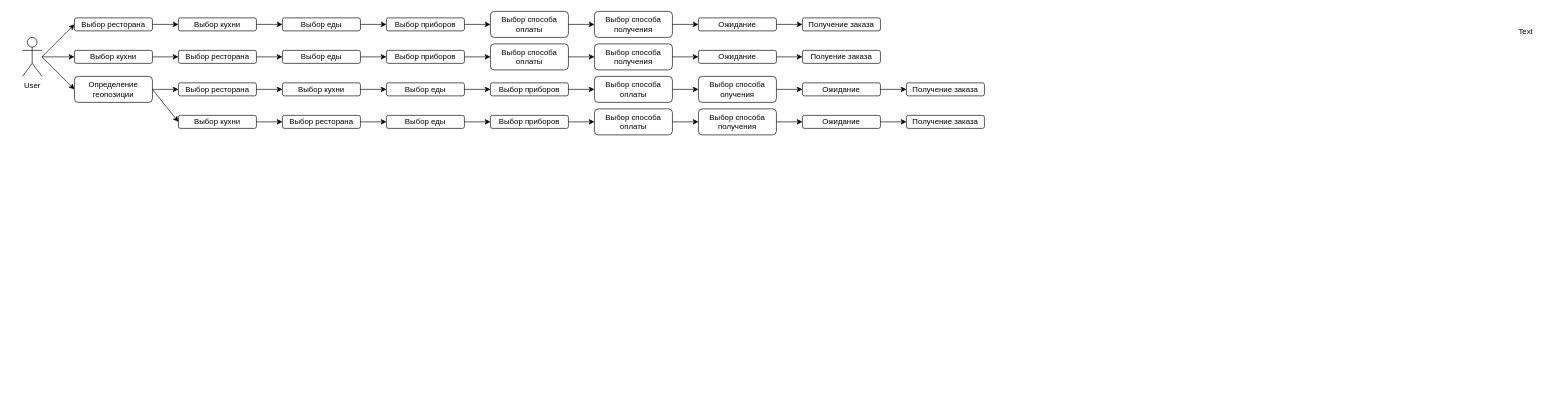
Before: use_case.drawio in randomunrandom/PI, a draw.io diagram. Source tidied: cells renumbered, new cells numbered last; positions are measured from the earlier drawing's top-left corner, leaving out a move shared by most shapes. Both pictures are drawn from the tidied source at 65%, with x=0, y=0 at pixel (22, 11).
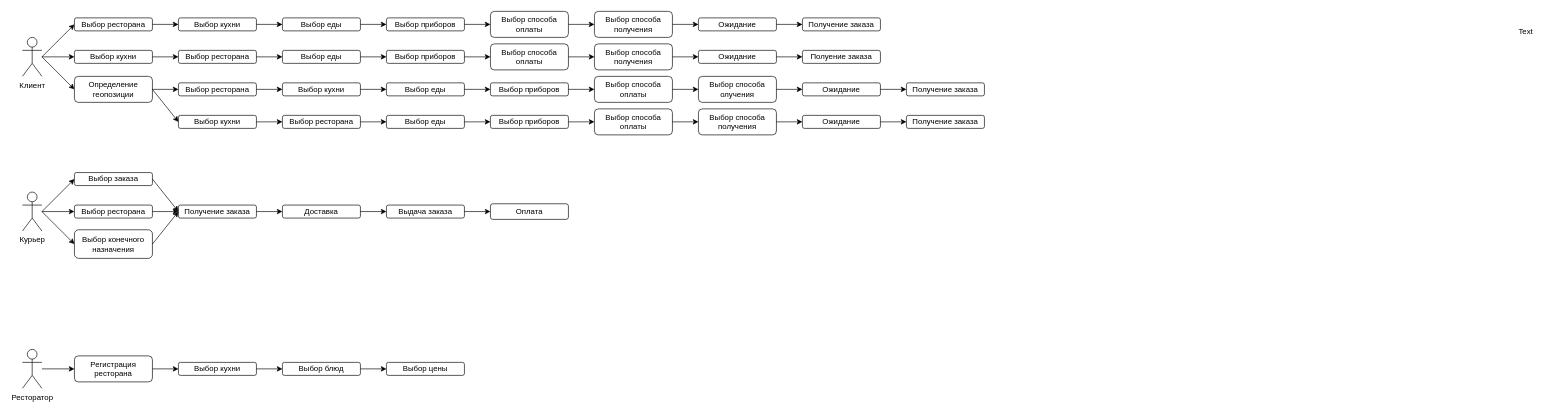
After the change.

The edit, as a diff of the source:
```diff
@@
-    <mxCell id="3" value="&lt;div&gt;User&lt;/div&gt;" style="shape=umlActor;verticalLabelPosition=bottom;labelBackgroundColor=#ffffff;verticalAlign=top;html=1;" parent="1" vertex="1">
+    <mxCell id="3" value="&lt;div&gt;Клиент&lt;/div&gt;" style="shape=umlActor;verticalLabelPosition=bottom;labelBackgroundColor=#ffffff;verticalAlign=top;html=1;" parent="1" vertex="1">
       <mxGeometry y="40" width="30" height="60" as="geometry" />
     </mxCell>
@@
+    <mxCell id="70" style="rounded=0;jettySize=auto;html=1;entryX=0;entryY=0.5;entryDx=0;entryDy=0;" parent="1" edge="1" target="72">
+      <mxGeometry relative="1" as="geometry">
+        <mxPoint x="30" y="308" as="sourcePoint" />
+      </mxGeometry>
+    </mxCell>
+    <mxCell id="71" value="Курьер" style="shape=umlActor;verticalLabelPosition=bottom;labelBackgroundColor=#ffffff;verticalAlign=top;html=1;" parent="1" vertex="1">
+      <mxGeometry y="278" width="30" height="60" as="geometry" />
+    </mxCell>
+    <mxCell id="72" value="Выбор заказа" style="rounded=1;whiteSpace=wrap;html=1;" parent="1" vertex="1">
+      <mxGeometry x="80" y="248" width="120" height="20" as="geometry" />
+    </mxCell>
+    <mxCell id="73" style="rounded=0;jettySize=auto;html=1;entryX=0;entryY=0.5;entryDx=0;entryDy=0;" parent="1" edge="1" target="74">
+      <mxGeometry relative="1" as="geometry">
+        <mxPoint x="30" y="308" as="sourcePoint" />
+      </mxGeometry>
+    </mxCell>
+    <mxCell id="74" value="Выбор ресторана" style="rounded=1;whiteSpace=wrap;html=1;" parent="1" vertex="1">
+      <mxGeometry x="80" y="298" width="120" height="20" as="geometry" />
+    </mxCell>
+    <mxCell id="75" style="rounded=0;jettySize=auto;html=1;exitX=1;exitY=0.5;exitDx=0;exitDy=0;entryX=0;entryY=0.5;entryDx=0;entryDy=0;" parent="1" edge="1" source="74" target="76">
+      <mxGeometry relative="1" as="geometry" />
+    </mxCell>
+    <mxCell id="76" value="Получение заказа" style="rounded=1;whiteSpace=wrap;html=1;" parent="1" vertex="1">
+      <mxGeometry x="240" y="298" width="120" height="20" as="geometry" />
+    </mxCell>
+    <mxCell id="77" style="rounded=0;jettySize=auto;html=1;exitX=1;exitY=0.5;exitDx=0;exitDy=0;entryX=0;entryY=0.5;entryDx=0;entryDy=0;" parent="1" edge="1" source="72" target="76">
+      <mxGeometry relative="1" as="geometry" />
+    </mxCell>
+    <mxCell id="78" style="rounded=0;orthogonalLoop=1;jettySize=auto;html=1;entryX=0;entryY=0.5;entryDx=0;entryDy=0;" parent="1" edge="1">
+      <mxGeometry relative="1" as="geometry">
+        <mxPoint x="30" y="308" as="sourcePoint" />
+        <mxPoint x="80" y="358" as="targetPoint" />
+      </mxGeometry>
+    </mxCell>
+    <mxCell id="79" value="Выбор конечного назначения" style="rounded=1;whiteSpace=wrap;html=1;" parent="1" vertex="1">
+      <mxGeometry x="80" y="336" width="120" height="44" as="geometry" />
+    </mxCell>
+    <mxCell id="80" style="rounded=0;jettySize=auto;html=1;entryX=0;entryY=0.5;entryDx=0;entryDy=0;" parent="1" edge="1" target="76">
+      <mxGeometry relative="1" as="geometry">
+        <mxPoint x="200" y="358" as="sourcePoint" />
+      </mxGeometry>
+    </mxCell>
+    <mxCell id="81" style="rounded=0;orthogonalLoop=1;jettySize=auto;html=1;" parent="1" edge="1">
+      <mxGeometry relative="1" as="geometry">
+        <mxPoint x="360" y="308" as="sourcePoint" />
+        <mxPoint x="400" y="308" as="targetPoint" />
+      </mxGeometry>
+    </mxCell>
+    <mxCell id="82" value="&lt;div&gt;Доставка&lt;/div&gt;" style="rounded=1;whiteSpace=wrap;html=1;" parent="1" vertex="1">
+      <mxGeometry x="400" y="298" width="120" height="20" as="geometry" />
+    </mxCell>
+    <mxCell id="83" style="rounded=0;orthogonalLoop=1;jettySize=auto;html=1;" parent="1" edge="1">
+      <mxGeometry relative="1" as="geometry">
+        <mxPoint x="520" y="308" as="sourcePoint" />
+        <mxPoint x="560" y="308" as="targetPoint" />
+      </mxGeometry>
+    </mxCell>
+    <mxCell id="84" value="&lt;div&gt;Выдача заказа&lt;/div&gt;" style="rounded=1;whiteSpace=wrap;html=1;" parent="1" vertex="1">
+      <mxGeometry x="560" y="298" width="120" height="20" as="geometry" />
+    </mxCell>
+    <mxCell id="85" style="rounded=0;jettySize=auto;html=1;exitX=1;exitY=0.5;exitDx=0;exitDy=0;entryX=0;entryY=0.5;entryDx=0;entryDy=0;" parent="1" edge="1" source="84" target="86">
+      <mxGeometry relative="1" as="geometry" />
+    </mxCell>
+    <mxCell id="86" value="Оплата" style="rounded=1;whiteSpace=wrap;html=1;" parent="1" vertex="1">
+      <mxGeometry x="720" y="296" width="120" height="24" as="geometry" />
+    </mxCell>
+    <mxCell id="87" value="Ресторатор" style="shape=umlActor;verticalLabelPosition=bottom;labelBackgroundColor=#ffffff;verticalAlign=top;html=1;" parent="1" vertex="1">
+      <mxGeometry y="520" width="30" height="60" as="geometry" />
+    </mxCell>
+    <mxCell id="88" style="rounded=0;jettySize=auto;html=1;entryX=0;entryY=0.5;entryDx=0;entryDy=0;" parent="1" edge="1" target="89">
+      <mxGeometry relative="1" as="geometry">
+        <mxPoint x="30" y="550" as="sourcePoint" />
+      </mxGeometry>
+    </mxCell>
+    <mxCell id="89" value="Регистрация ресторана" style="rounded=1;whiteSpace=wrap;html=1;" parent="1" vertex="1">
+      <mxGeometry x="80" y="530" width="120" height="40" as="geometry" />
+    </mxCell>
+    <mxCell id="90" style="rounded=0;jettySize=auto;html=1;exitX=1;exitY=0.5;exitDx=0;exitDy=0;entryX=0;entryY=0.5;entryDx=0;entryDy=0;" parent="1" edge="1" source="89" target="91">
+      <mxGeometry relative="1" as="geometry" />
+    </mxCell>
+    <mxCell id="91" value="Выбор кухни" style="rounded=1;whiteSpace=wrap;html=1;" parent="1" vertex="1">
+      <mxGeometry x="240" y="540" width="120" height="20" as="geometry" />
+    </mxCell>
+    <mxCell id="92" style="rounded=0;orthogonalLoop=1;jettySize=auto;html=1;" parent="1" edge="1">
+      <mxGeometry relative="1" as="geometry">
+        <mxPoint x="360" y="550" as="sourcePoint" />
+        <mxPoint x="400" y="550" as="targetPoint" />
+      </mxGeometry>
+    </mxCell>
+    <mxCell id="93" value="&lt;div&gt;Выбор блюд&lt;/div&gt;" style="rounded=1;whiteSpace=wrap;html=1;" parent="1" vertex="1">
+      <mxGeometry x="400" y="540" width="120" height="20" as="geometry" />
+    </mxCell>
+    <mxCell id="94" style="rounded=0;orthogonalLoop=1;jettySize=auto;html=1;" parent="1" edge="1">
+      <mxGeometry relative="1" as="geometry">
+        <mxPoint x="520" y="550" as="sourcePoint" />
+        <mxPoint x="560" y="550" as="targetPoint" />
+      </mxGeometry>
+    </mxCell>
+    <mxCell id="95" value="&lt;div&gt;Выбор цены&lt;/div&gt;" style="rounded=1;whiteSpace=wrap;html=1;" parent="1" vertex="1">
+      <mxGeometry x="560" y="540" width="120" height="20" as="geometry" />
+    </mxCell>
```
